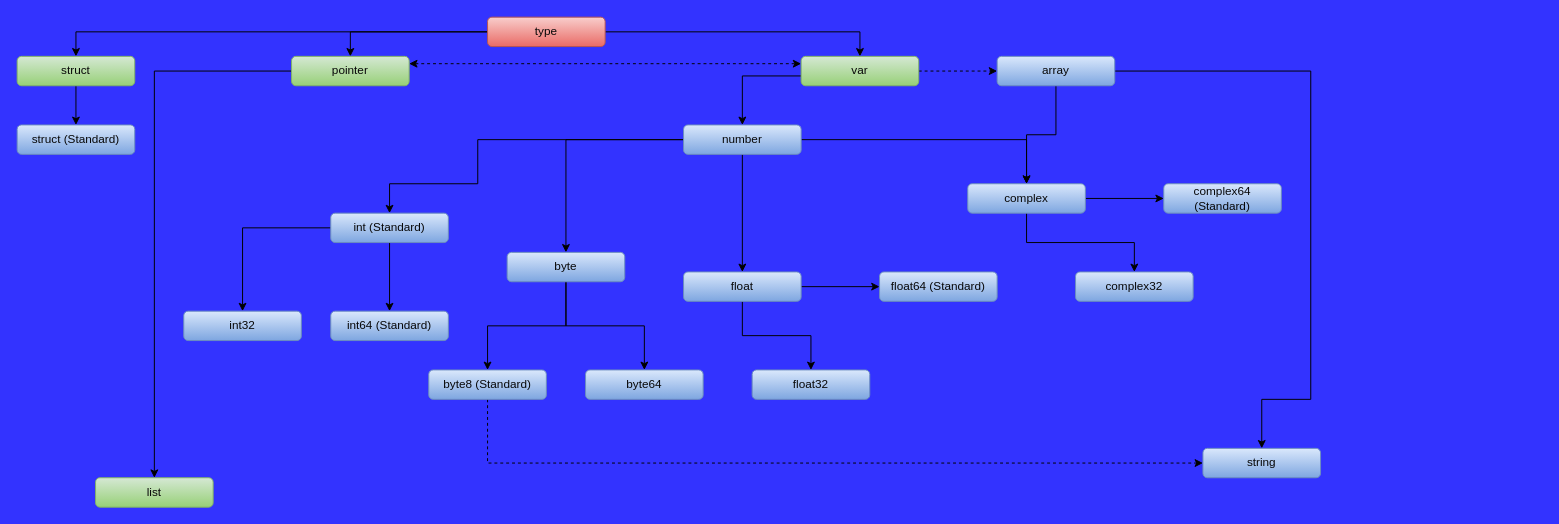
Before: __ideen_zu_fourfoil/fourfoil.drawio in MrKleeblatt/mrkleeblatt.github.io, a draw.io diagram. Source tidied: cells renumbered, new cells numbered last; positions are measured from the earlier drawing's top-left corner, leaving out a move shared by most shapes. Both pictures are drawn from the tidied source at 98%, with x=0, y=0 at pixel (17, 17).
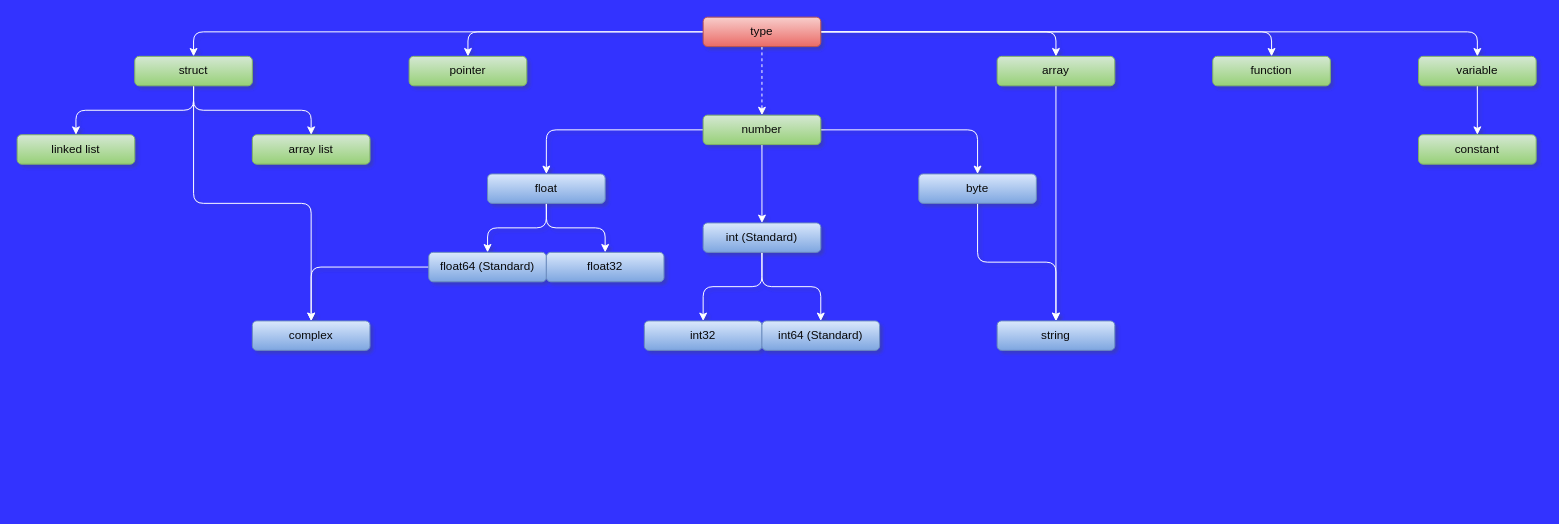
After the change.

Commit message (it also covers changes not shown here):
Exceptions und Funktionen ergänzt, Arrays überarbeitet

Diff of the diagram source:
```diff
@@
-<mxGraphModel background="#3333FF">
+<mxGraphModel background="#3333FF" shadow="1">
@@
+    <mxCell id="46" style="edgeStyle=orthogonalEdgeStyle;rounded=1;jettySize=auto;html=1;strokeColor=#FFFFFF;" parent="1" edge="1" source="5" target="22">
+      <mxGeometry relative="1" as="geometry" />
+    </mxCell>
-    <mxCell id="2" style="edgeStyle=orthogonalEdgeStyle;rounded=0;jettySize=auto;html=1;fontColor=#080808;startSize=6;strokeWidth=1;" parent="1" edge="1" source="5" target="8">
+    <mxCell id="2" style="edgeStyle=orthogonalEdgeStyle;rounded=1;jettySize=auto;html=1;strokeColor=#FFFFFF;" parent="1" edge="1" source="5" target="8">
       <mxGeometry relative="1" as="geometry" />
     </mxCell>
-    <mxCell id="3" style="edgeStyle=orthogonalEdgeStyle;rounded=0;jettySize=auto;html=1;fontColor=#080808;startSize=6;strokeWidth=1;" parent="1" edge="1" source="5" target="11">
-      <mxGeometry relative="1" as="geometry" />
-    </mxCell>
-    <mxCell id="4" style="edgeStyle=orthogonalEdgeStyle;rounded=0;jettySize=auto;html=1;entryX=0.5;entryY=0;entryDx=0;entryDy=0;fontColor=#080808;startSize=6;strokeWidth=1;" parent="1" edge="1" source="5" target="18">
+    <mxCell id="4" style="edgeStyle=orthogonalEdgeStyle;rounded=1;jettySize=auto;html=1;strokeColor=#FFFFFF;" parent="1" edge="1" source="5" target="18">
       <mxGeometry relative="1" as="geometry" />
     </mxCell>
+    <mxCell id="47" style="edgeStyle=orthogonalEdgeStyle;rounded=1;jettySize=auto;html=1;strokeColor=#FFFFFF;dashed=1;" parent="1" edge="1" source="5" target="16">
+      <mxGeometry relative="1" as="geometry" />
+    </mxCell>
+    <mxCell id="48" style="edgeStyle=orthogonalEdgeStyle;rounded=1;jettySize=auto;html=1;strokeColor=#FFFFFF;" parent="1" edge="1" source="5" target="55">
+      <mxGeometry relative="1" as="geometry" />
+    </mxCell>
+    <mxCell id="49" style="edgeStyle=orthogonalEdgeStyle;rounded=1;jettySize=auto;html=1;strokeColor=#FFFFFF;" parent="1" edge="1" source="5" target="57">
+      <mxGeometry relative="1" as="geometry" />
+    </mxCell>
     <mxCell id="5" value="type" style="rounded=1;whiteSpace=wrap;html=1;fillColor=#f8cecc;strokeColor=#b85450;gradientColor=#ea6b66;fontColor=#080808;" parent="1" vertex="1">
-      <mxGeometry x="480" width="120" height="30" as="geometry" />
+      <mxGeometry x="700" width="120" height="30" as="geometry" />
     </mxCell>
-    <mxCell id="6" style="edgeStyle=orthogonalEdgeStyle;rounded=0;jettySize=auto;html=1;entryX=0;entryY=0.25;entryDx=0;entryDy=0;dashed=1;fontColor=#080808;startSize=6;strokeWidth=1;startArrow=classic;startFill=1;" parent="1" edge="1" source="8" target="11">
-      <mxGeometry relative="1" as="geometry">
-        <Array as="points">
-          <mxPoint x="360" y="48" />
-        </Array>
-      </mxGeometry>
-    </mxCell>
-    <mxCell id="7" style="edgeStyle=orthogonalEdgeStyle;rounded=0;jettySize=auto;html=1;" parent="1" edge="1" source="8" target="45">
-      <mxGeometry relative="1" as="geometry" />
-    </mxCell>
     <mxCell id="8" value="pointer" style="rounded=1;whiteSpace=wrap;html=1;fillColor=#d5e8d4;strokeColor=#82b366;gradientColor=#97d077;fontColor=#080808;" parent="1" vertex="1">
-      <mxGeometry x="280" y="40" width="120" height="30" as="geometry" />
+      <mxGeometry x="400" y="40" width="120" height="30" as="geometry" />
     </mxCell>
-    <mxCell id="9" style="edgeStyle=orthogonalEdgeStyle;rounded=0;jettySize=auto;html=1;entryX=0.5;entryY=0;entryDx=0;entryDy=0;fontColor=#080808;startSize=6;strokeWidth=1;" parent="1" edge="1" source="11" target="16">
-      <mxGeometry relative="1" as="geometry">
-        <Array as="points">
-          <mxPoint x="740" y="60" />
-        </Array>
-      </mxGeometry>
-    </mxCell>
-    <mxCell id="10" style="edgeStyle=orthogonalEdgeStyle;rounded=0;jettySize=auto;html=1;fontColor=#080808;startSize=6;strokeWidth=1;dashed=1;" parent="1" edge="1" source="11" target="22">
-      <mxGeometry relative="1" as="geometry" />
-    </mxCell>
-    <mxCell id="11" value="var" style="rounded=1;whiteSpace=wrap;html=1;fillColor=#d5e8d4;strokeColor=#82b366;gradientColor=#97d077;fontColor=#080808;" parent="1" vertex="1">
-      <mxGeometry x="800" y="40" width="120" height="30" as="geometry" />
-    </mxCell>
-    <mxCell id="12" style="edgeStyle=orthogonalEdgeStyle;rounded=0;jettySize=auto;html=1;" parent="1" edge="1" source="16" target="28">
-      <mxGeometry relative="1" as="geometry" />
-    </mxCell>
-    <mxCell id="13" style="edgeStyle=orthogonalEdgeStyle;rounded=0;jettySize=auto;html=1;entryX=0.5;entryY=0;entryDx=0;entryDy=0;" parent="1" edge="1" source="16" target="25">
-      <mxGeometry relative="1" as="geometry" />
-    </mxCell>
-    <mxCell id="14" style="edgeStyle=orthogonalEdgeStyle;rounded=0;jettySize=auto;html=1;entryX=0.5;entryY=0;entryDx=0;entryDy=0;" parent="1" edge="1" source="16" target="31">
-      <mxGeometry relative="1" as="geometry">
-        <Array as="points">
-          <mxPoint x="470" y="125" />
-          <mxPoint x="470" y="170" />
-          <mxPoint x="380" y="170" />
-        </Array>
-      </mxGeometry>
-    </mxCell>
-    <mxCell id="15" style="edgeStyle=orthogonalEdgeStyle;rounded=0;jettySize=auto;html=1;entryX=0.5;entryY=0;entryDx=0;entryDy=0;" parent="1" edge="1" source="16" target="34">
-      <mxGeometry relative="1" as="geometry" />
-    </mxCell>
-    <mxCell id="16" value="number" style="rounded=1;whiteSpace=wrap;html=1;fillColor=#dae8fc;strokeColor=#6c8ebf;gradientColor=#7ea6e0;fontColor=#080808;" parent="1" vertex="1">
-      <mxGeometry x="680" y="110" width="120" height="30" as="geometry" />
-    </mxCell>
-    <mxCell id="17" style="edgeStyle=orthogonalEdgeStyle;rounded=0;jettySize=auto;html=1;entryX=0.5;entryY=0;entryDx=0;entryDy=0;fontColor=#080808;startSize=6;strokeWidth=1;" parent="1" edge="1" source="18" target="19">
-      <mxGeometry relative="1" as="geometry" />
-    </mxCell>
+    <mxCell id="50" style="edgeStyle=orthogonalEdgeStyle;rounded=1;jettySize=auto;html=1;strokeColor=#FFFFFF;" parent="1" edge="1" source="18" target="59">
+      <mxGeometry relative="1" as="geometry" />
+    </mxCell>
+    <mxCell id="51" style="edgeStyle=orthogonalEdgeStyle;rounded=1;jettySize=auto;html=1;strokeColor=#FFFFFF;" parent="1" edge="1" source="18" target="60">
+      <mxGeometry relative="1" as="geometry" />
+    </mxCell>
+    <mxCell id="52" style="edgeStyle=orthogonalEdgeStyle;rounded=1;jettySize=auto;html=1;strokeColor=#FFFFFF;" parent="1" edge="1" source="18" target="28">
+      <mxGeometry relative="1" as="geometry" />
+    </mxCell>
     <mxCell id="18" value="struct" style="rounded=1;whiteSpace=wrap;html=1;fillColor=#d5e8d4;strokeColor=#82b366;gradientColor=#97d077;fontColor=#080808;" parent="1" vertex="1">
-      <mxGeometry y="40" width="120" height="30" as="geometry" />
+      <mxGeometry x="120" y="40" width="120" height="30" as="geometry" />
     </mxCell>
-    <mxCell id="19" value="struct (Standard)" style="rounded=1;whiteSpace=wrap;html=1;fillColor=#dae8fc;strokeColor=#6c8ebf;gradientColor=#7ea6e0;fontColor=#080808;" parent="1" vertex="1">
-      <mxGeometry y="110" width="120" height="30" as="geometry" />
-    </mxCell>
-    <mxCell id="20" style="edgeStyle=orthogonalEdgeStyle;rounded=0;jettySize=auto;html=1;entryX=0.5;entryY=0;entryDx=0;entryDy=0;" parent="1" edge="1" source="22" target="28">
-      <mxGeometry relative="1" as="geometry" />
-    </mxCell>
-    <mxCell id="21" style="edgeStyle=orthogonalEdgeStyle;rounded=0;jettySize=auto;html=1;entryX=0.5;entryY=0;entryDx=0;entryDy=0;" parent="1" edge="1" source="22" target="44">
-      <mxGeometry relative="1" as="geometry">
-        <Array as="points">
-          <mxPoint x="1320" y="55" />
-          <mxPoint x="1320" y="390" />
-          <mxPoint x="1270" y="390" />
-        </Array>
-      </mxGeometry>
-    </mxCell>
-    <mxCell id="22" value="array" style="rounded=1;whiteSpace=wrap;html=1;fillColor=#dae8fc;strokeColor=#6c8ebf;gradientColor=#7ea6e0;fontColor=#080808;" parent="1" vertex="1">
-      <mxGeometry x="1000" y="40" width="120" height="30" as="geometry" />
-    </mxCell>
+    <mxCell id="24" style="edgeStyle=orthogonalEdgeStyle;rounded=1;jettySize=auto;html=1;strokeColor=#FFFFFF;" parent="1" edge="1" source="25" target="41">
+      <mxGeometry relative="1" as="geometry" />
+    </mxCell>
-    <mxCell id="23" style="edgeStyle=orthogonalEdgeStyle;rounded=0;jettySize=auto;html=1;" parent="1" edge="1" source="25" target="40">
+    <mxCell id="23" style="edgeStyle=orthogonalEdgeStyle;rounded=1;jettySize=auto;html=1;strokeColor=#FFFFFF;" parent="1" edge="1" source="25" target="40">
       <mxGeometry relative="1" as="geometry" />
     </mxCell>
-    <mxCell id="24" style="edgeStyle=orthogonalEdgeStyle;rounded=0;jettySize=auto;html=1;" parent="1" edge="1" source="25" target="41">
-      <mxGeometry relative="1" as="geometry" />
-    </mxCell>
     <mxCell id="25" value="float" style="rounded=1;whiteSpace=wrap;html=1;fillColor=#dae8fc;strokeColor=#6c8ebf;gradientColor=#7ea6e0;fontColor=#080808;" parent="1" vertex="1">
-      <mxGeometry x="680" y="260" width="120" height="30" as="geometry" />
+      <mxGeometry x="480" y="160" width="120" height="30" as="geometry" />
     </mxCell>
-    <mxCell id="26" style="edgeStyle=orthogonalEdgeStyle;rounded=0;jettySize=auto;html=1;" parent="1" edge="1" source="28" target="42">
-      <mxGeometry relative="1" as="geometry" />
-    </mxCell>
-    <mxCell id="27" style="edgeStyle=orthogonalEdgeStyle;rounded=0;jettySize=auto;html=1;" parent="1" edge="1" source="28" target="43">
-      <mxGeometry relative="1" as="geometry" />
-    </mxCell>
-    <mxCell id="28" value="complex" style="rounded=1;whiteSpace=wrap;html=1;fillColor=#dae8fc;strokeColor=#6c8ebf;gradientColor=#7ea6e0;fontColor=#080808;" parent="1" vertex="1">
-      <mxGeometry x="970" y="170" width="120" height="30" as="geometry" />
-    </mxCell>
+    <mxCell id="30" style="edgeStyle=orthogonalEdgeStyle;rounded=1;jettySize=auto;html=1;strokeColor=#FFFFFF;" parent="1" edge="1" source="31" target="35">
+      <mxGeometry relative="1" as="geometry" />
+    </mxCell>
-    <mxCell id="29" style="edgeStyle=orthogonalEdgeStyle;rounded=0;jettySize=auto;html=1;" parent="1" edge="1" source="31" target="36">
+    <mxCell id="29" style="edgeStyle=orthogonalEdgeStyle;rounded=1;jettySize=auto;html=1;strokeColor=#FFFFFF;" parent="1" edge="1" source="31" target="36">
       <mxGeometry relative="1" as="geometry" />
     </mxCell>
-    <mxCell id="30" style="edgeStyle=orthogonalEdgeStyle;rounded=0;jettySize=auto;html=1;entryX=0.5;entryY=0;entryDx=0;entryDy=0;" parent="1" edge="1" source="31" target="35">
-      <mxGeometry relative="1" as="geometry" />
-    </mxCell>
     <mxCell id="31" value="int (Standard)" style="rounded=1;whiteSpace=wrap;html=1;fillColor=#dae8fc;strokeColor=#6c8ebf;gradientColor=#7ea6e0;fontColor=#080808;" parent="1" vertex="1">
-      <mxGeometry x="320" y="200" width="120" height="30" as="geometry" />
+      <mxGeometry x="700" y="210" width="120" height="30" as="geometry" />
     </mxCell>
-    <mxCell id="32" style="edgeStyle=orthogonalEdgeStyle;rounded=0;jettySize=auto;html=1;" parent="1" edge="1" source="34" target="37">
-      <mxGeometry relative="1" as="geometry" />
-    </mxCell>
-    <mxCell id="33" style="edgeStyle=orthogonalEdgeStyle;rounded=0;jettySize=auto;html=1;" parent="1" edge="1" source="34" target="39">
-      <mxGeometry relative="1" as="geometry" />
-    </mxCell>
+    <mxCell id="53" style="edgeStyle=orthogonalEdgeStyle;rounded=1;jettySize=auto;html=1;strokeColor=#FFFFFF;" parent="1" edge="1" source="34" target="44">
+      <mxGeometry relative="1" as="geometry" />
+    </mxCell>
     <mxCell id="34" value="byte" style="rounded=1;whiteSpace=wrap;html=1;fillColor=#dae8fc;strokeColor=#6c8ebf;gradientColor=#7ea6e0;fontColor=#080808;" parent="1" vertex="1">
-      <mxGeometry x="500" y="240" width="120" height="30" as="geometry" />
+      <mxGeometry x="920" y="160" width="120" height="30" as="geometry" />
     </mxCell>
     <mxCell id="35" value="int32" style="rounded=1;whiteSpace=wrap;html=1;fillColor=#dae8fc;strokeColor=#6c8ebf;gradientColor=#7ea6e0;fontColor=#080808;" parent="1" vertex="1">
-      <mxGeometry x="170" y="300" width="120" height="30" as="geometry" />
+      <mxGeometry x="640" y="310" width="120" height="30" as="geometry" />
     </mxCell>
     <mxCell id="36" value="int64 (Standard)" style="rounded=1;whiteSpace=wrap;html=1;fillColor=#dae8fc;strokeColor=#6c8ebf;gradientColor=#7ea6e0;fontColor=#080808;" parent="1" vertex="1">
-      <mxGeometry x="320" y="300" width="120" height="30" as="geometry" />
+      <mxGeometry x="760" y="310" width="120" height="30" as="geometry" />
     </mxCell>
-    <mxCell id="37" value="byte64" style="rounded=1;whiteSpace=wrap;html=1;fillColor=#dae8fc;strokeColor=#6c8ebf;gradientColor=#7ea6e0;fontColor=#080808;" parent="1" vertex="1">
-      <mxGeometry x="580" y="360" width="120" height="30" as="geometry" />
-    </mxCell>
-    <mxCell id="38" style="edgeStyle=orthogonalEdgeStyle;rounded=0;jettySize=auto;html=1;entryX=0;entryY=0.5;entryDx=0;entryDy=0;dashed=1;" parent="1" edge="1" source="39" target="44">
-      <mxGeometry relative="1" as="geometry">
-        <Array as="points">
-          <mxPoint x="480" y="455" />
-        </Array>
-      </mxGeometry>
-    </mxCell>
-    <mxCell id="39" value="byte8 (Standard)" style="rounded=1;whiteSpace=wrap;html=1;fillColor=#dae8fc;strokeColor=#6c8ebf;gradientColor=#7ea6e0;fontColor=#080808;" parent="1" vertex="1">
-      <mxGeometry x="420" y="360" width="120" height="30" as="geometry" />
-    </mxCell>
+    <mxCell id="54" style="edgeStyle=orthogonalEdgeStyle;rounded=1;jettySize=auto;html=1;strokeColor=#FFFFFF;" parent="1" edge="1" source="40" target="28">
+      <mxGeometry relative="1" as="geometry" />
+    </mxCell>
     <mxCell id="40" value="float64 (Standard)" style="rounded=1;whiteSpace=wrap;html=1;fillColor=#dae8fc;strokeColor=#6c8ebf;gradientColor=#7ea6e0;fontColor=#080808;" parent="1" vertex="1">
-      <mxGeometry x="880" y="260" width="120" height="30" as="geometry" />
+      <mxGeometry x="420" y="240" width="120" height="30" as="geometry" />
     </mxCell>
     <mxCell id="41" value="float32" style="rounded=1;whiteSpace=wrap;html=1;fillColor=#dae8fc;strokeColor=#6c8ebf;gradientColor=#7ea6e0;fontColor=#080808;" parent="1" vertex="1">
-      <mxGeometry x="750" y="360" width="120" height="30" as="geometry" />
+      <mxGeometry x="540" y="240" width="120" height="30" as="geometry" />
     </mxCell>
-    <mxCell id="42" value="complex64 (Standard)" style="rounded=1;whiteSpace=wrap;html=1;fillColor=#dae8fc;strokeColor=#6c8ebf;gradientColor=#7ea6e0;fontColor=#080808;" parent="1" vertex="1">
-      <mxGeometry x="1170" y="170" width="120" height="30" as="geometry" />
-    </mxCell>
-    <mxCell id="43" value="complex32" style="rounded=1;whiteSpace=wrap;html=1;fillColor=#dae8fc;strokeColor=#6c8ebf;gradientColor=#7ea6e0;fontColor=#080808;" parent="1" vertex="1">
-      <mxGeometry x="1080" y="260" width="120" height="30" as="geometry" />
-    </mxCell>
     <mxCell id="44" value="string" style="rounded=1;whiteSpace=wrap;html=1;fillColor=#dae8fc;strokeColor=#6c8ebf;gradientColor=#7ea6e0;fontColor=#080808;" parent="1" vertex="1">
-      <mxGeometry x="1210" y="440" width="120" height="30" as="geometry" />
+      <mxGeometry x="1000" y="310" width="120" height="30" as="geometry" />
     </mxCell>
-    <mxCell id="45" value="list" style="rounded=1;whiteSpace=wrap;html=1;fillColor=#d5e8d4;strokeColor=#82b366;gradientColor=#97d077;fontColor=#080808;" parent="1" vertex="1">
-      <mxGeometry x="80" y="470" width="120" height="30" as="geometry" />
-    </mxCell>
+    <mxCell id="21" style="edgeStyle=orthogonalEdgeStyle;rounded=1;jettySize=auto;html=1;strokeColor=#FFFFFF;" parent="1" edge="1" source="22" target="44">
+      <mxGeometry relative="1" as="geometry" />
+    </mxCell>
+    <mxCell id="22" value="array" style="rounded=1;whiteSpace=wrap;html=1;fillColor=#d5e8d4;strokeColor=#82b366;gradientColor=#97d077;fontColor=#080808;" parent="1" vertex="1">
+      <mxGeometry x="1000" y="40" width="120" height="30" as="geometry" />
+    </mxCell>
+    <mxCell id="13" style="edgeStyle=orthogonalEdgeStyle;rounded=1;jettySize=auto;html=1;strokeColor=#FFFFFF;" parent="1" edge="1" source="16" target="25">
+      <mxGeometry relative="1" as="geometry" />
+    </mxCell>
+    <mxCell id="15" style="edgeStyle=orthogonalEdgeStyle;rounded=1;jettySize=auto;html=1;strokeColor=#FFFFFF;" parent="1" edge="1" source="16" target="34">
+      <mxGeometry relative="1" as="geometry" />
+    </mxCell>
+    <mxCell id="14" style="edgeStyle=orthogonalEdgeStyle;rounded=1;jettySize=auto;html=1;strokeColor=#FFFFFF;" parent="1" edge="1" source="16" target="31">
+      <mxGeometry relative="1" as="geometry" />
+    </mxCell>
+    <mxCell id="16" value="number" style="rounded=1;whiteSpace=wrap;html=1;fillColor=#d5e8d4;strokeColor=#82b366;gradientColor=#97d077;fontColor=#080808;" parent="1" vertex="1">
+      <mxGeometry x="700" y="100" width="120" height="30" as="geometry" />
+    </mxCell>
+    <mxCell id="55" value="function" style="rounded=1;whiteSpace=wrap;html=1;fillColor=#d5e8d4;strokeColor=#82b366;gradientColor=#97d077;fontColor=#080808;" parent="1" vertex="1">
+      <mxGeometry x="1220" y="40" width="120" height="30" as="geometry" />
+    </mxCell>
+    <mxCell id="56" style="edgeStyle=orthogonalEdgeStyle;rounded=1;jettySize=auto;html=1;strokeColor=#FFFFFF;" parent="1" edge="1" source="57" target="58">
+      <mxGeometry relative="1" as="geometry" />
+    </mxCell>
+    <mxCell id="57" value="variable" style="rounded=1;whiteSpace=wrap;html=1;fillColor=#d5e8d4;strokeColor=#82b366;gradientColor=#97d077;fontColor=#080808;" parent="1" vertex="1">
+      <mxGeometry x="1430" y="40" width="120" height="30" as="geometry" />
+    </mxCell>
+    <mxCell id="58" value="constant" style="rounded=1;whiteSpace=wrap;html=1;fillColor=#d5e8d4;strokeColor=#82b366;gradientColor=#97d077;fontColor=#080808;" parent="1" vertex="1">
+      <mxGeometry x="1430" y="120" width="120" height="30" as="geometry" />
+    </mxCell>
+    <mxCell id="59" value="linked list" style="rounded=1;whiteSpace=wrap;html=1;fillColor=#d5e8d4;strokeColor=#82b366;gradientColor=#97d077;fontColor=#080808;" parent="1" vertex="1">
+      <mxGeometry y="120" width="120" height="30" as="geometry" />
+    </mxCell>
+    <mxCell id="60" value="array list" style="rounded=1;whiteSpace=wrap;html=1;fillColor=#d5e8d4;strokeColor=#82b366;gradientColor=#97d077;fontColor=#080808;" parent="1" vertex="1">
+      <mxGeometry x="240" y="120" width="120" height="30" as="geometry" />
+    </mxCell>
+    <mxCell id="28" value="complex" style="rounded=1;whiteSpace=wrap;html=1;fillColor=#dae8fc;strokeColor=#6c8ebf;gradientColor=#7ea6e0;fontColor=#080808;" parent="1" vertex="1">
+      <mxGeometry x="240" y="310" width="120" height="30" as="geometry" />
+    </mxCell>
```
